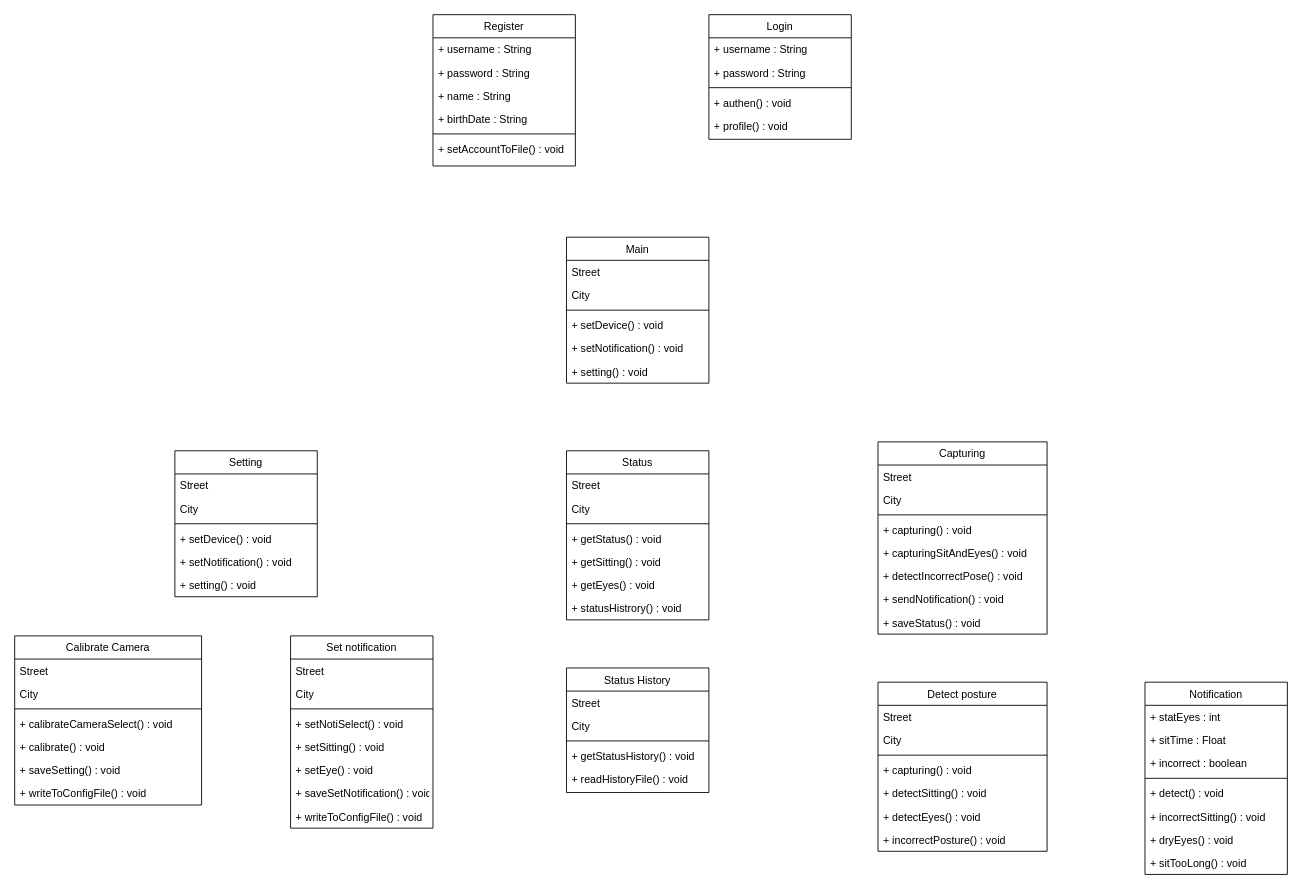
This is Design/Class_Diagram.drawio from astrrr/Right-posture, a draw.io file, before an edit. Source tidied: cells renumbered, new cells numbered last; positions are measured from the earlier drawing's top-left corner, leaving out a move shared by most shapes. Both pictures are drawn from the tidied source at 89%, with x=0, y=0 at pixel (14, 14).
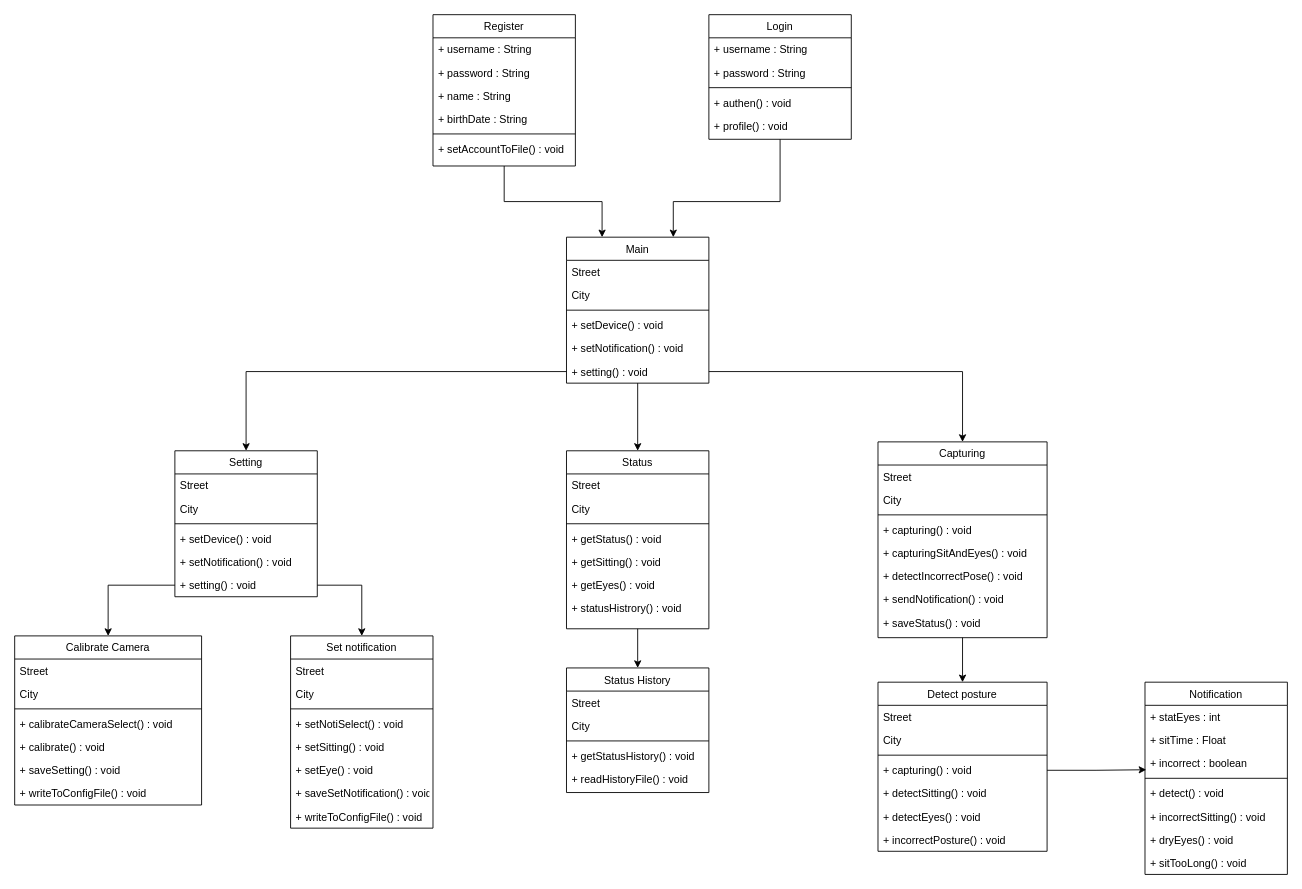
After the change.

Commit message:
Draw line Class_Diagram.drawio

The change refers to these unchanged cells:
```xml
<mxCell id="2" value="Register" style="swimlane;fontStyle=0;align=center;verticalAlign=top;horizontal=1;startSize=26;rounded=0;shadow=0;strokeWidth=1;" parent="1" vertex="1">
  <mxGeometry x="470" width="160" height="170" as="geometry" />
</mxCell>
<mxCell id="9" value="Login" style="swimlane;fontStyle=0;align=center;verticalAlign=top;horizontal=1;startSize=26;rounded=0;shadow=0;strokeWidth=1;" parent="1" vertex="1">
  <mxGeometry x="780" width="160" height="140" as="geometry" />
</mxCell>
<mxCell id="15" value="Setting" style="swimlane;fontStyle=0;align=center;verticalAlign=top;horizontal=1;startSize=26;rounded=0;shadow=0;strokeWidth=1;" parent="1" vertex="1">
  <mxGeometry x="180" y="490" width="160" height="164" as="geometry" />
</mxCell>
<mxCell id="21" value="+ setting() : void" style="text;align=left;verticalAlign=top;spacingLeft=4;spacingRight=4;overflow=hidden;points=[[0,0.5],[1,0.5]];portConstraint=eastwest;" parent="15" vertex="1">
  <mxGeometry y="138" width="160" height="26" as="geometry" />
</mxCell>
<mxCell id="30" value="Calibrate Camera" style="swimlane;fontStyle=0;align=center;verticalAlign=top;horizontal=1;startSize=26;rounded=0;shadow=0;strokeWidth=1;" parent="1" vertex="1">
  <mxGeometry y="698" width="210" height="190" as="geometry" />
</mxCell>
<mxCell id="38" value="Set notification" style="swimlane;fontStyle=0;align=center;verticalAlign=top;horizontal=1;startSize=26;rounded=0;shadow=0;strokeWidth=1;" parent="1" vertex="1">
  <mxGeometry x="310" y="698" width="160" height="216" as="geometry" />
</mxCell>
<mxCell id="47" value="Status History" style="swimlane;fontStyle=0;align=center;verticalAlign=top;horizontal=1;startSize=26;rounded=0;shadow=0;strokeWidth=1;" parent="1" vertex="1">
  <mxGeometry x="620" y="734" width="160" height="140" as="geometry" />
</mxCell>
<mxCell id="62" value="Detect posture" style="swimlane;fontStyle=0;align=center;verticalAlign=top;horizontal=1;startSize=26;rounded=0;shadow=0;strokeWidth=1;" parent="1" vertex="1">
  <mxGeometry x="970" y="750" width="190" height="190" as="geometry" />
</mxCell>
<mxCell id="66" value="+ capturing() : void" style="text;align=left;verticalAlign=top;spacingLeft=4;spacingRight=4;overflow=hidden;points=[[0,0.5],[1,0.5]];portConstraint=eastwest;" parent="62" vertex="1">
  <mxGeometry y="86" width="190" height="26" as="geometry" />
</mxCell>
<mxCell id="73" value="+ incorrect : boolean" style="text;align=left;verticalAlign=top;spacingLeft=4;spacingRight=4;overflow=hidden;points=[[0,0.5],[1,0.5]];portConstraint=eastwest;rounded=0;shadow=0;html=0;" parent="70" vertex="1">
  <mxGeometry y="78" width="160" height="26" as="geometry" />
</mxCell>
<mxCell id="79" value="Main" style="swimlane;fontStyle=0;align=center;verticalAlign=top;horizontal=1;startSize=26;rounded=0;shadow=0;strokeWidth=1;" parent="1" vertex="1">
  <mxGeometry x="620" y="250" width="160" height="164" as="geometry" />
</mxCell>
<mxCell id="85" value="+ setting() : void" style="text;align=left;verticalAlign=top;spacingLeft=4;spacingRight=4;overflow=hidden;points=[[0,0.5],[1,0.5]];portConstraint=eastwest;" parent="79" vertex="1">
  <mxGeometry y="138" width="160" height="26" as="geometry" />
</mxCell>
```

The edit, as a diff of the source:
```diff
@@
+    <mxCell id="86" style="edgeStyle=orthogonalEdgeStyle;rounded=0;jettySize=auto;html=1;exitX=0.5;exitY=1;exitDx=0;exitDy=0;entryX=0.25;entryY=0;entryDx=0;entryDy=0;" parent="1" edge="1" source="2" target="79">
+      <mxGeometry relative="1" as="geometry" />
+    </mxCell>
@@
+    <mxCell id="87" style="edgeStyle=orthogonalEdgeStyle;rounded=0;jettySize=auto;html=1;entryX=0.75;entryY=0;entryDx=0;entryDy=0;" parent="1" edge="1" source="9" target="79">
+      <mxGeometry relative="1" as="geometry">
+        <Array as="points">
+          <mxPoint x="860" y="210" />
+          <mxPoint x="740" y="210" />
+        </Array>
+      </mxGeometry>
+    </mxCell>
@@
+    <mxCell id="88" style="edgeStyle=orthogonalEdgeStyle;rounded=0;jettySize=auto;html=1;exitX=0.5;exitY=1;exitDx=0;exitDy=0;entryX=0.5;entryY=0;entryDx=0;entryDy=0;" parent="1" edge="1" source="22" target="47">
+      <mxGeometry relative="1" as="geometry" />
+    </mxCell>
     <mxCell id="22" value="Status" style="swimlane;fontStyle=0;align=center;verticalAlign=top;horizontal=1;startSize=26;rounded=0;shadow=0;strokeWidth=1;" parent="1" vertex="1">
-      <mxGeometry x="620" y="490" width="160" height="190" as="geometry" />
+      <mxGeometry x="620" y="490" width="160" height="200" as="geometry" />
     </mxCell>
@@
+    <mxCell id="89" style="edgeStyle=orthogonalEdgeStyle;rounded=0;jettySize=auto;html=1;exitX=0.5;exitY=1;exitDx=0;exitDy=0;entryX=0.5;entryY=0;entryDx=0;entryDy=0;" parent="1" edge="1" source="53" target="62">
+      <mxGeometry relative="1" as="geometry" />
+    </mxCell>
     <mxCell id="53" value="Capturing" style="swimlane;fontStyle=0;align=center;verticalAlign=top;horizontal=1;startSize=26;rounded=0;shadow=0;strokeWidth=1;" parent="1" vertex="1">
-      <mxGeometry x="970" y="480" width="190" height="216" as="geometry" />
+      <mxGeometry x="970" y="480" width="190" height="220" as="geometry" />
     </mxCell>
@@
+    <mxCell id="90" style="edgeStyle=orthogonalEdgeStyle;rounded=0;jettySize=auto;html=1;entryX=0.5;entryY=0;entryDx=0;entryDy=0;" parent="1" edge="1" source="79" target="22">
+      <mxGeometry relative="1" as="geometry" />
+    </mxCell>
@@
+    <mxCell id="91" style="edgeStyle=orthogonalEdgeStyle;rounded=0;jettySize=auto;html=1;exitX=0;exitY=0.5;exitDx=0;exitDy=0;entryX=0.5;entryY=0;entryDx=0;entryDy=0;" parent="1" edge="1" source="85" target="15">
+      <mxGeometry relative="1" as="geometry" />
+    </mxCell>
+    <mxCell id="92" style="edgeStyle=orthogonalEdgeStyle;rounded=0;jettySize=auto;html=1;exitX=1;exitY=0.5;exitDx=0;exitDy=0;entryX=0.5;entryY=0;entryDx=0;entryDy=0;" parent="1" edge="1" source="85" target="53">
+      <mxGeometry relative="1" as="geometry" />
+    </mxCell>
+    <mxCell id="93" style="edgeStyle=orthogonalEdgeStyle;rounded=0;jettySize=auto;html=1;exitX=0;exitY=0.5;exitDx=0;exitDy=0;entryX=0.5;entryY=0;entryDx=0;entryDy=0;" parent="1" edge="1" source="21" target="30">
+      <mxGeometry relative="1" as="geometry" />
+    </mxCell>
+    <mxCell id="94" style="edgeStyle=orthogonalEdgeStyle;rounded=0;jettySize=auto;html=1;exitX=1;exitY=0.5;exitDx=0;exitDy=0;entryX=0.5;entryY=0;entryDx=0;entryDy=0;" parent="1" edge="1" source="21" target="38">
+      <mxGeometry relative="1" as="geometry" />
+    </mxCell>
+    <mxCell id="95" style="edgeStyle=orthogonalEdgeStyle;rounded=0;jettySize=auto;html=1;exitX=1;exitY=0.5;exitDx=0;exitDy=0;entryX=0.009;entryY=0.784;entryDx=0;entryDy=0;entryPerimeter=0;" parent="1" edge="1" source="66" target="73">
+      <mxGeometry relative="1" as="geometry" />
+    </mxCell>
```
